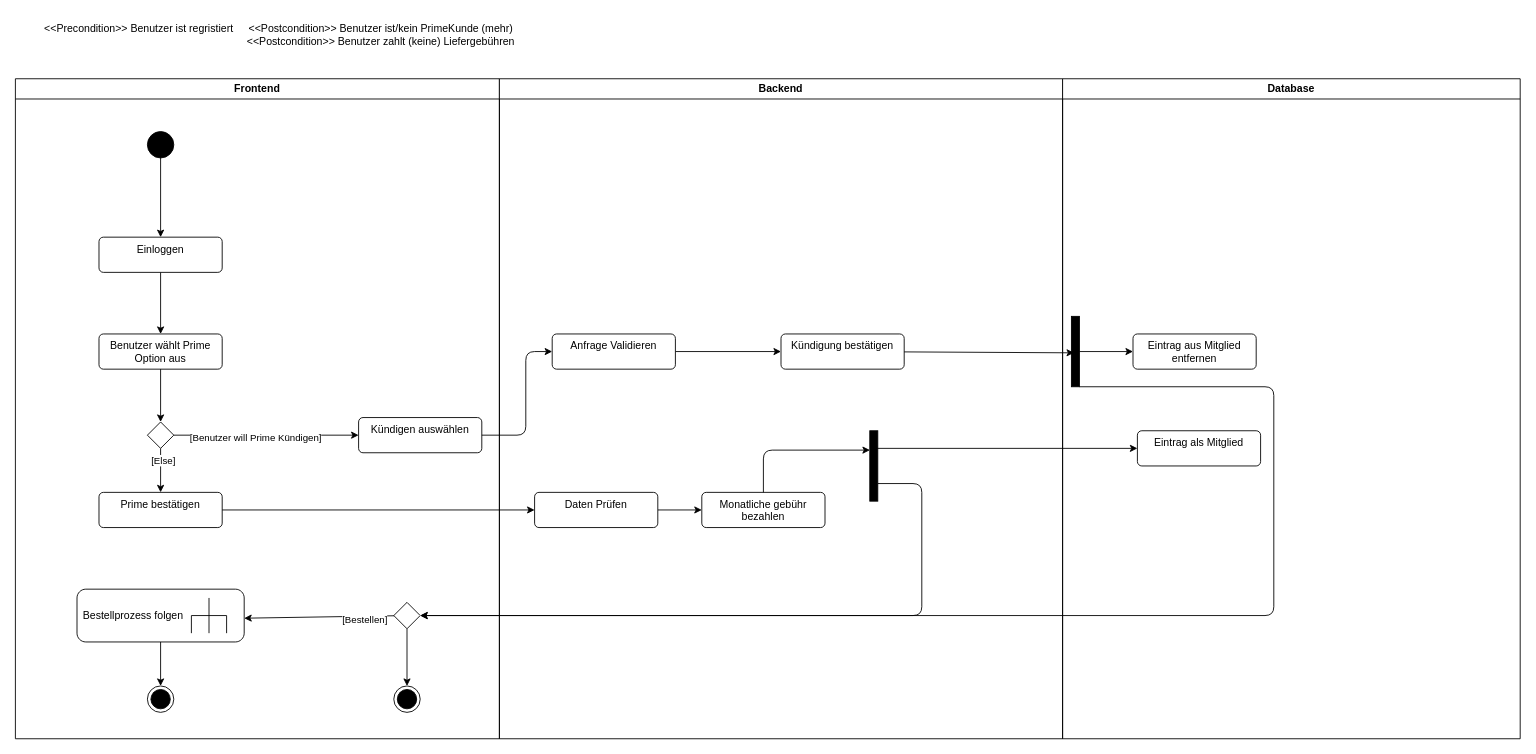
This is 1.2.2 - Prime_aktivieren_und_Bestellen.drawio from T-A-Winter/IMSE, a draw.io file, before an edit. Source tidied: cells renumbered, new cells numbered last; positions are measured from the earlier drawing's top-left corner, leaving out a move shared by most shapes. Both pictures are drawn from the tidied source at 88%, with x=0, y=0 at pixel (15, 15).
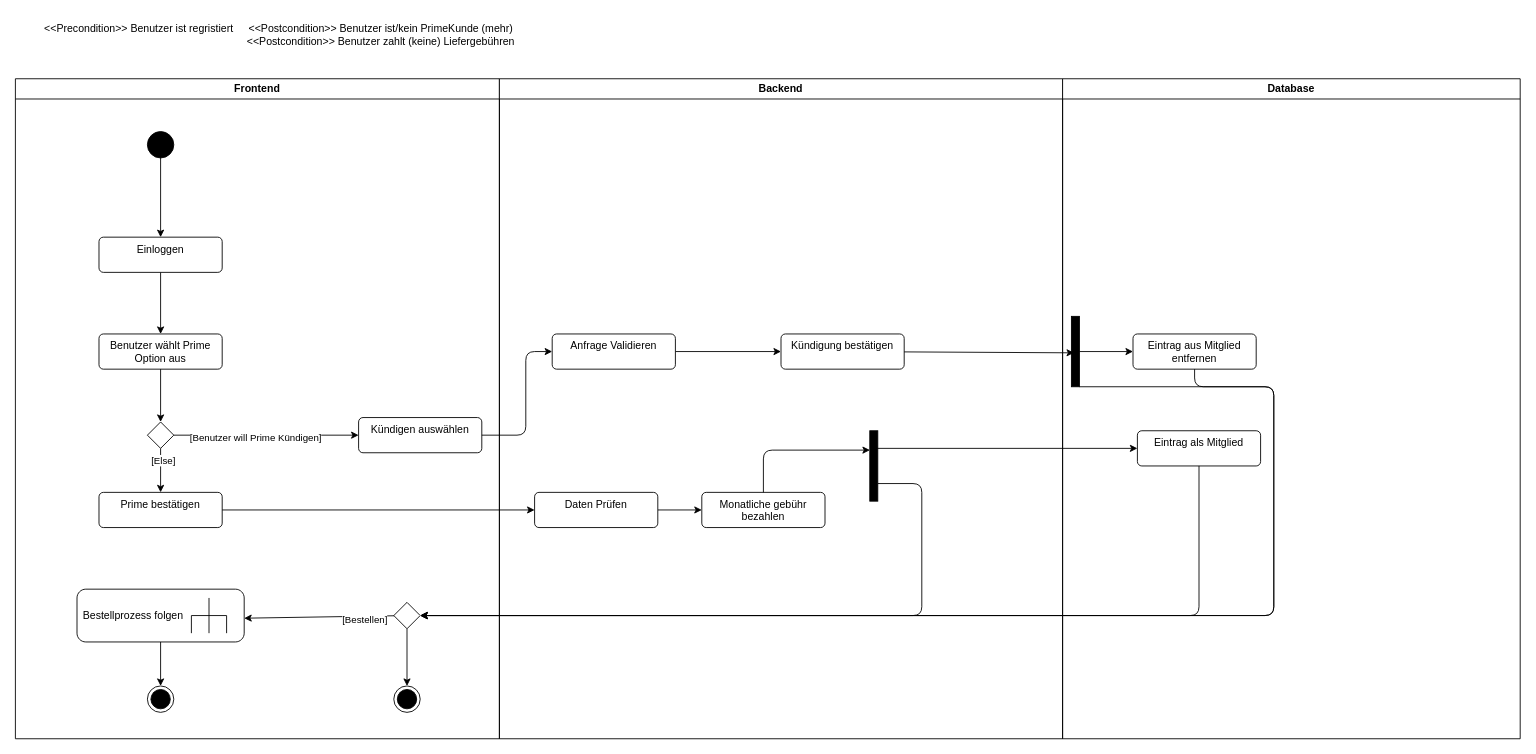
The same diagram, later.

Unchanged cells that the change refers to:
```xml
<mxCell id="20" style="rhombus;" parent="2" vertex="1">
  <mxGeometry x="430" y="595" width="30" height="30" as="geometry" />
</mxCell>
<mxCell id="41" value="Eintrag als Mitglied" style="html=1;align=center;verticalAlign=top;rounded=1;absoluteArcSize=1;arcSize=10;dashed=0;whiteSpace=wrap;" parent="40" vertex="1">
  <mxGeometry x="85" y="400" width="140" height="40" as="geometry" />
</mxCell>
<mxCell id="42" value="Eintrag aus Mitglied entfernen" style="html=1;align=center;verticalAlign=top;rounded=1;absoluteArcSize=1;arcSize=10;dashed=0;whiteSpace=wrap;" parent="40" vertex="1">
  <mxGeometry x="80" y="290" width="140" height="40" as="geometry" />
</mxCell>
```

Diff of the diagram source:
```diff
@@
+    <mxCell id="46" style="endArrow=classic;html=1;exitX=0.5;exitY=1;exitDx=0;exitDy=0;entryX=1;entryY=0.5;entryDx=0;entryDy=0;" parent="1" edge="1" source="41" target="20">
+      <mxGeometry relative="1" as="geometry">
+        <Array as="points">
+          <mxPoint x="1345" y="682" />
+        </Array>
+      </mxGeometry>
+    </mxCell>
+    <mxCell id="47" style="endArrow=classic;html=1;exitX=0.5;exitY=1;exitDx=0;exitDy=0;entryX=1;entryY=0.5;entryDx=0;entryDy=0;" parent="1" edge="1" source="42" target="20">
+      <mxGeometry relative="1" as="geometry">
+        <Array as="points">
+          <mxPoint x="1340" y="422" />
+          <mxPoint x="1430" y="422" />
+          <mxPoint x="1430" y="682" />
+        </Array>
+      </mxGeometry>
+    </mxCell>
```
